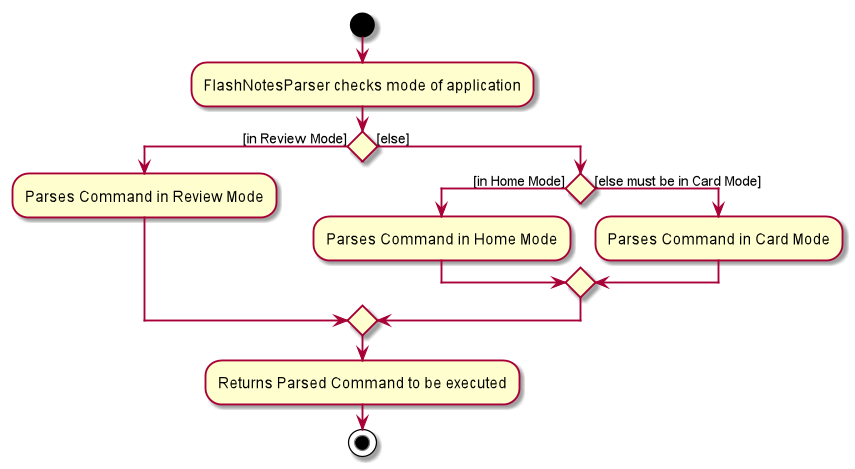
Above: docs/images/FlashNotesParserActivityDiagram.png in rachel170/tp (PlantUML), before the change.
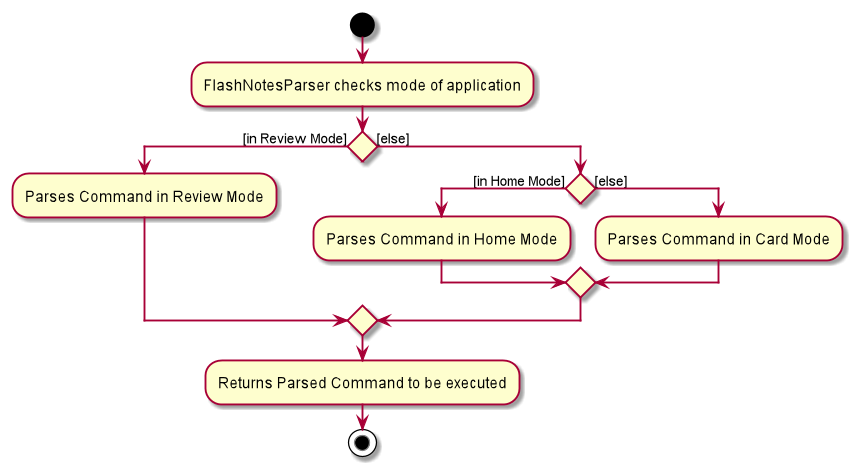
The same diagram one commit later.

What changed in the source:
```diff
@@ -8,7 +8,7 @@
 else ([else])
     if () then ([in Home Mode])
             :Parses Command in Home Mode;
-        else ([else must be in Card Mode])
+        else ([else])
         :Parses Command in Card Mode;
     endif
 endif
```
